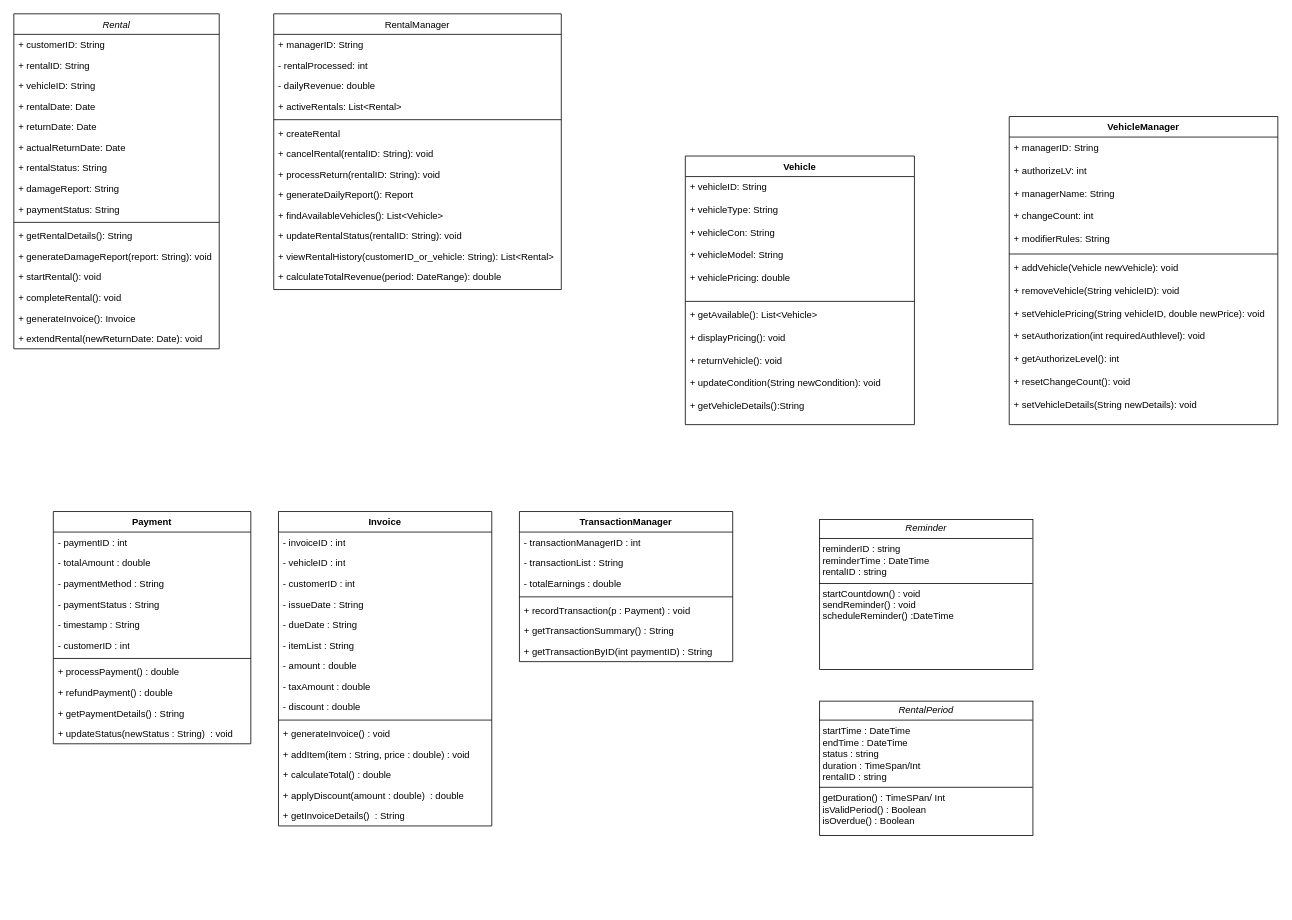
This is HillClimmer.drawio from Dellrall/BMCS2023-OOP-group-assignment, a draw.io file, before an edit. Source tidied: cells renumbered, new cells numbered last; positions are measured from the earlier drawing's top-left corner, leaving out a move shared by most shapes. Both pictures are drawn from the tidied source at 79%, with x=0, y=0 at pixel (13, 13).
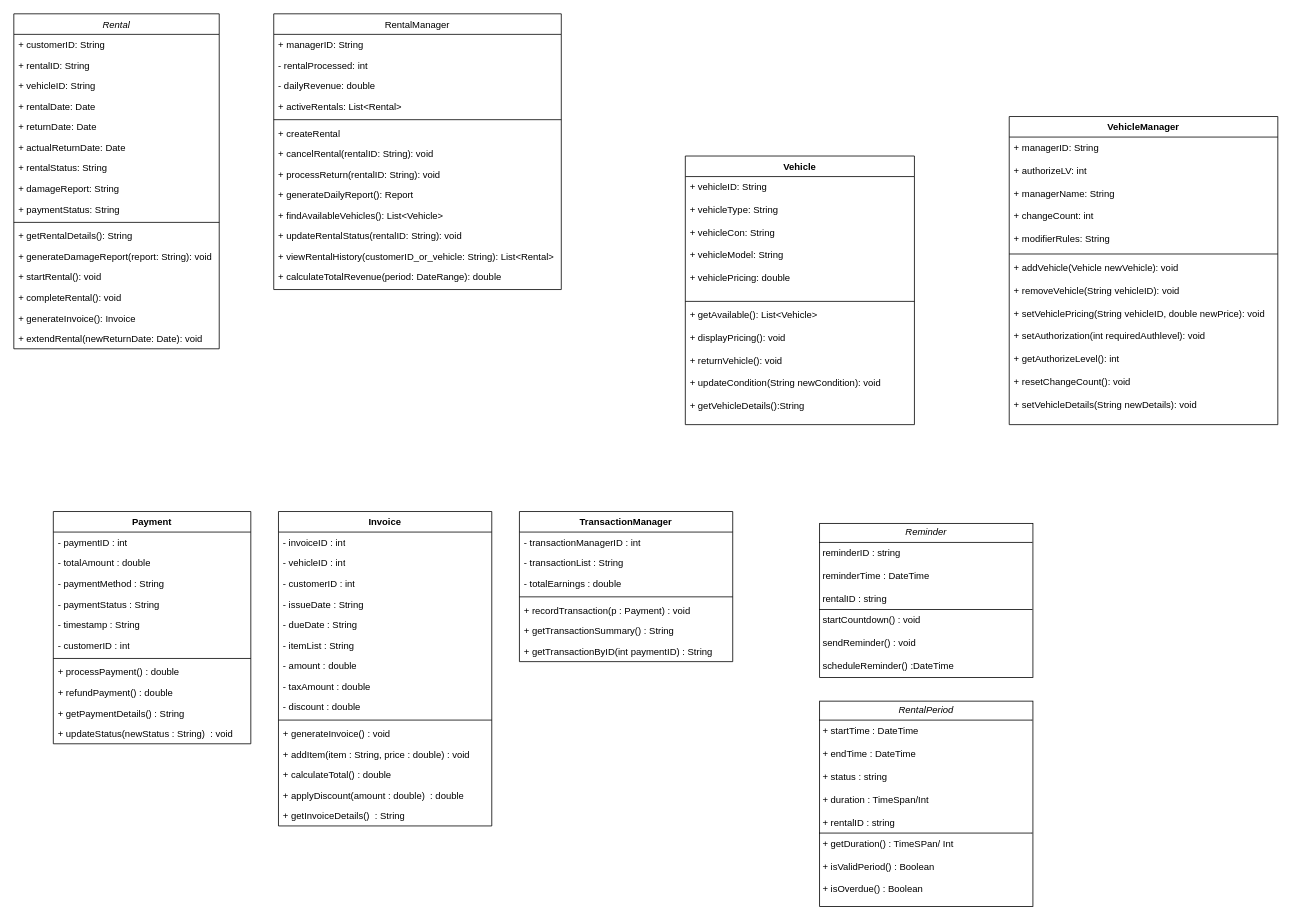
After the change.

Diff of the diagram source:
```diff
@@
-    <mxCell id="77" value="&lt;p style=&quot;margin:0px;margin-top:4px;text-align:center;&quot;&gt;&lt;i&gt;Reminder&lt;/i&gt;&lt;/p&gt;&lt;hr size=&quot;1&quot; style=&quot;border-style:solid;&quot;&gt;&lt;p style=&quot;margin:0px;margin-left:4px;&quot;&gt;reminderID : string&lt;/p&gt;&lt;p style=&quot;margin:0px;margin-left:4px;&quot;&gt;reminderTime : DateTime&lt;/p&gt;&lt;p style=&quot;margin:0px;margin-left:4px;&quot;&gt;rentalID : string&lt;/p&gt;&lt;hr size=&quot;1&quot; style=&quot;border-style:solid;&quot;&gt;&lt;p style=&quot;margin:0px;margin-left:4px;&quot;&gt;startCountdown() : void&lt;/p&gt;&lt;p style=&quot;margin:0px;margin-left:4px;&quot;&gt;sendReminder() : void&lt;/p&gt;&lt;p style=&quot;margin:0px;margin-left:4px;&quot;&gt;scheduleReminder() :DateTime&lt;/p&gt;" style="verticalAlign=top;align=left;overflow=fill;html=1;whiteSpace=wrap;" parent="1" vertex="1">
-      <mxGeometry x="1020" y="640" width="270" height="190" as="geometry" />
+    <mxCell id="77" value="&lt;p style=&quot;margin:0px;margin-top:4px;text-align:center;&quot;&gt;&lt;i&gt;Reminder&lt;/i&gt;&lt;/p&gt;&lt;hr size=&quot;1&quot; style=&quot;border-style:solid;&quot;&gt;&lt;p style=&quot;margin:0px;margin-left:4px;&quot;&gt;reminderID : string&lt;br&gt;&lt;br&gt;&lt;/p&gt;&lt;p style=&quot;margin:0px;margin-left:4px;&quot;&gt;reminderTime : DateTime&lt;br&gt;&lt;br&gt;&lt;/p&gt;&lt;p style=&quot;margin:0px;margin-left:4px;&quot;&gt;rentalID : string&lt;/p&gt;&lt;hr size=&quot;1&quot; style=&quot;border-style:solid;&quot;&gt;&lt;p style=&quot;margin:0px;margin-left:4px;&quot;&gt;startCountdown() : void&lt;br&gt;&lt;br&gt;&lt;/p&gt;&lt;p style=&quot;margin:0px;margin-left:4px;&quot;&gt;sendReminder() : void&lt;br&gt;&lt;br&gt;&lt;/p&gt;&lt;p style=&quot;margin:0px;margin-left:4px;&quot;&gt;scheduleReminder() :DateTime&lt;/p&gt;" style="verticalAlign=top;align=left;overflow=fill;html=1;whiteSpace=wrap;" parent="1" vertex="1">
+      <mxGeometry x="1020" y="645" width="270" height="195" as="geometry" />
     </mxCell>
-    <mxCell id="78" value="&lt;p style=&quot;margin:0px;margin-top:4px;text-align:center;&quot;&gt;&lt;i&gt;RentalPeriod&lt;/i&gt;&lt;/p&gt;&lt;hr size=&quot;1&quot; style=&quot;border-style:solid;&quot;&gt;&lt;p style=&quot;margin:0px;margin-left:4px;&quot;&gt;startTime : DateTime&lt;/p&gt;&lt;p style=&quot;margin:0px;margin-left:4px;&quot;&gt;endTime : DateTime&lt;/p&gt;&lt;p style=&quot;margin:0px;margin-left:4px;&quot;&gt;status : string&lt;/p&gt;&lt;p style=&quot;margin:0px;margin-left:4px;&quot;&gt;duration : TimeSpan/Int&lt;/p&gt;&lt;p style=&quot;margin:0px;margin-left:4px;&quot;&gt;rentalID : string&lt;/p&gt;&lt;hr size=&quot;1&quot; style=&quot;border-style:solid;&quot;&gt;&lt;p style=&quot;margin:0px;margin-left:4px;&quot;&gt;getDuration() : TimeSPan/ Int&lt;/p&gt;&lt;p style=&quot;margin:0px;margin-left:4px;&quot;&gt;isValidPeriod() : Boolean&lt;/p&gt;&lt;p style=&quot;margin:0px;margin-left:4px;&quot;&gt;isOverdue() : Boolean&lt;/p&gt;" style="verticalAlign=top;align=left;overflow=fill;html=1;whiteSpace=wrap;" parent="1" vertex="1">
-      <mxGeometry x="1020" y="870" width="270" height="170" as="geometry" />
+    <mxCell id="78" value="&lt;p style=&quot;margin:0px;margin-top:4px;text-align:center;&quot;&gt;&lt;i&gt;RentalPeriod&lt;/i&gt;&lt;/p&gt;&lt;hr size=&quot;1&quot; style=&quot;border-style:solid;&quot;&gt;&lt;p style=&quot;margin:0px;margin-left:4px;&quot;&gt;+ startTime : DateTime&lt;br&gt;&lt;br&gt;&lt;/p&gt;&lt;p style=&quot;margin:0px;margin-left:4px;&quot;&gt;+ endTime : DateTime&lt;/p&gt;&lt;p style=&quot;margin:0px;margin-left:4px;&quot;&gt;&lt;br&gt;+ status : string&lt;/p&gt;&lt;p style=&quot;margin:0px;margin-left:4px;&quot;&gt;&lt;br&gt;+ duration : TimeSpan/Int&lt;br&gt;&lt;br&gt;&lt;/p&gt;&lt;p style=&quot;margin:0px;margin-left:4px;&quot;&gt;+ rentalID : string&lt;/p&gt;&lt;hr size=&quot;1&quot; style=&quot;border-style:solid;&quot;&gt;&lt;p style=&quot;margin:0px;margin-left:4px;&quot;&gt;+ getDuration() : TimeSPan/ Int&lt;br&gt;&lt;br&gt;&lt;/p&gt;&lt;p style=&quot;margin:0px;margin-left:4px;&quot;&gt;+ isValidPeriod() : Boolean&lt;br&gt;&lt;br&gt;&lt;/p&gt;&lt;p style=&quot;margin:0px;margin-left:4px;&quot;&gt;+ isOverdue() : Boolean&lt;/p&gt;" style="verticalAlign=top;align=left;overflow=fill;html=1;whiteSpace=wrap;" parent="1" vertex="1">
+      <mxGeometry x="1020" y="870" width="270" height="260" as="geometry" />
     </mxCell>
```
